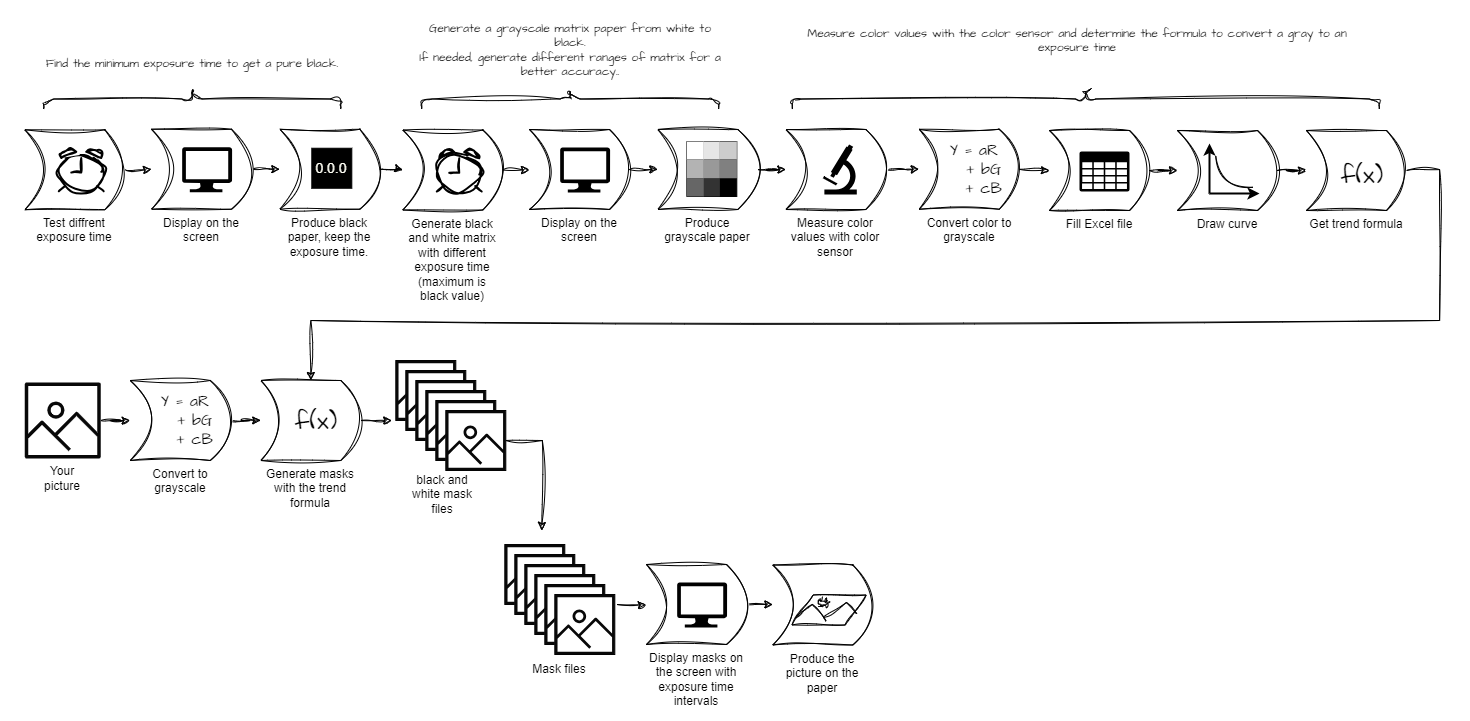
Before: img/mode graytotime synoptic.drawio.png, a diagram exported from draw.io (ovhk/DigitalFilm). Source tidied: cells renumbered, new cells last; positions are measured from the earlier drawing's top-left corner, leaving out a move shared by most shapes.
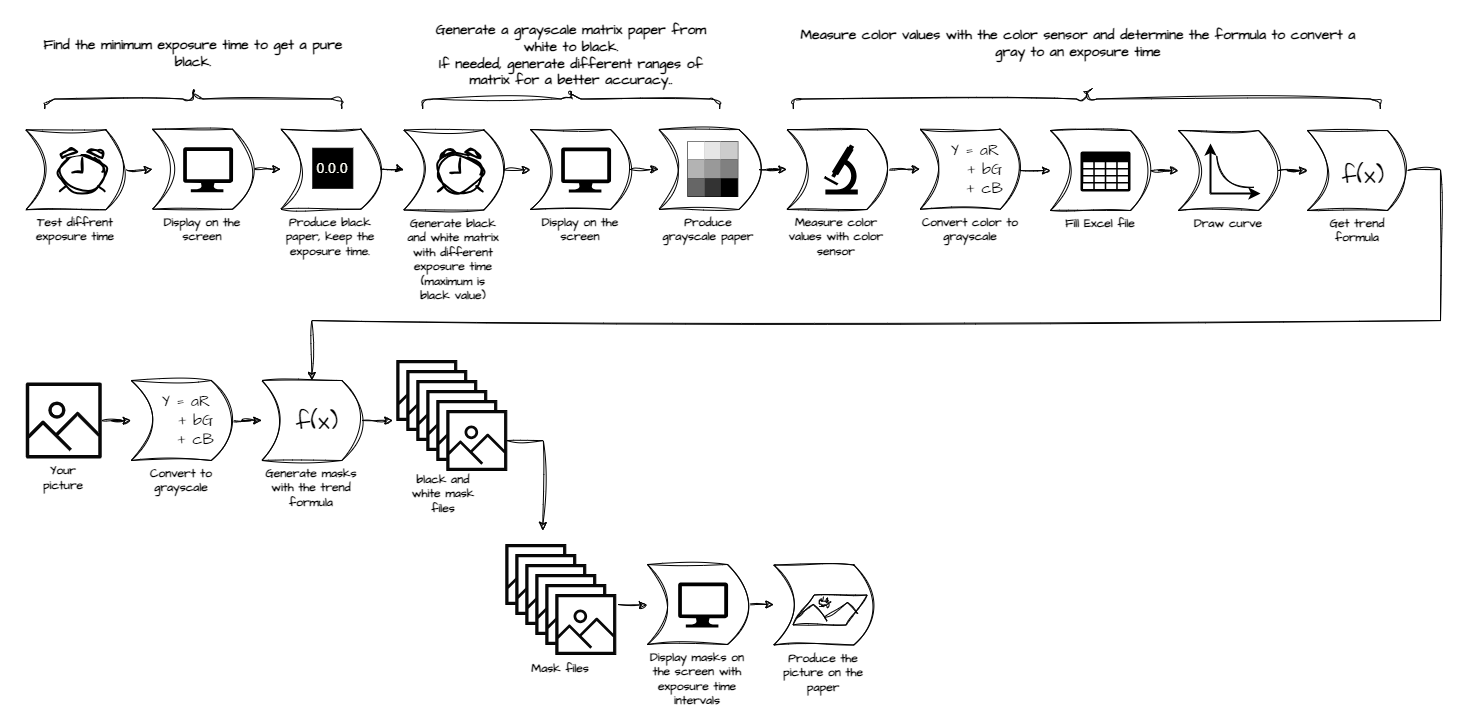
The same file after the commit.

Commit message:
test formula error

Change to the diagram source:
```diff
@@ -10,3 +10,3 @@
     </mxCell>
-    <mxCell id="4" value="Convert to grayscale" style="shape=dataStorage;whiteSpace=wrap;html=1;fixedSize=1;flipH=1;align=center;sketch=1;curveFitting=1;jiggle=2;labelPosition=center;verticalLabelPosition=bottom;verticalAlign=top;" parent="1" vertex="1">
+    <mxCell id="4" value="Convert to grayscale" style="shape=dataStorage;whiteSpace=wrap;html=1;fixedSize=1;flipH=1;align=center;sketch=1;curveFitting=1;jiggle=2;labelPosition=center;verticalLabelPosition=bottom;verticalAlign=top;fontFamily=Architects Daughter;fontSource=https%3A%2F%2Ffonts.googleapis.com%2Fcss%3Ffamily%3DArchitects%2BDaughter;fontStyle=1;" parent="1" vertex="1">
       <mxGeometry x="130.7" y="575" width="100" height="80" as="geometry" />
@@ -24,3 +24,3 @@
     </mxCell>
-    <mxCell id="8" value="Generate masks with the trend formula" style="shape=dataStorage;whiteSpace=wrap;html=1;fixedSize=1;flipH=1;sketch=1;curveFitting=1;jiggle=2;size=20;labelPosition=center;verticalLabelPosition=bottom;align=center;verticalAlign=top;" parent="1" vertex="1">
+    <mxCell id="8" value="Generate masks with the trend formula" style="shape=dataStorage;whiteSpace=wrap;html=1;fixedSize=1;flipH=1;sketch=1;curveFitting=1;jiggle=2;size=20;labelPosition=center;verticalLabelPosition=bottom;align=center;verticalAlign=top;fontFamily=Architects Daughter;fontSource=https%3A%2F%2Ffonts.googleapis.com%2Fcss%3Ffamily%3DArchitects%2BDaughter;fontStyle=1;" parent="1" vertex="1">
       <mxGeometry x="261.3" y="575" width="100" height="80" as="geometry" />
@@ -92,3 +92,3 @@
     </mxCell>
-    <mxCell id="30" value="Display masks on the screen with exposure time intervals" style="shape=dataStorage;whiteSpace=wrap;html=1;fixedSize=1;flipH=1;align=center;sketch=1;curveFitting=1;jiggle=2;labelPosition=center;verticalLabelPosition=bottom;verticalAlign=top;" parent="1" vertex="1">
+    <mxCell id="30" value="Display masks on the screen with exposure time intervals" style="shape=dataStorage;whiteSpace=wrap;html=1;fixedSize=1;flipH=1;align=center;sketch=1;curveFitting=1;jiggle=2;labelPosition=center;verticalLabelPosition=bottom;verticalAlign=top;fontFamily=Architects Daughter;fontSource=https%3A%2F%2Ffonts.googleapis.com%2Fcss%3Ffamily%3DArchitects%2BDaughter;fontStyle=1;" parent="1" vertex="1">
       <mxGeometry x="647" y="759" width="100" height="80" as="geometry" />
@@ -165,3 +165,3 @@
     </mxCell>
-    <mxCell id="53" value="Display on the screen" style="shape=dataStorage;whiteSpace=wrap;html=1;fixedSize=1;flipH=1;align=center;sketch=1;curveFitting=1;jiggle=2;labelPosition=center;verticalLabelPosition=bottom;verticalAlign=top;" parent="1" vertex="1">
+    <mxCell id="53" value="Display on the screen" style="shape=dataStorage;whiteSpace=wrap;html=1;fixedSize=1;flipH=1;align=center;sketch=1;curveFitting=1;jiggle=2;labelPosition=center;verticalLabelPosition=bottom;verticalAlign=top;fontFamily=Architects Daughter;fontSource=https%3A%2F%2Ffonts.googleapis.com%2Fcss%3Ffamily%3DArchitects%2BDaughter;fontStyle=1;" parent="1" vertex="1">
       <mxGeometry x="530" y="324" width="100" height="80" as="geometry" />
@@ -174,3 +174,3 @@
     </mxCell>
-    <mxCell id="56" value="Generate black and white matrix with different exposure time (maximum is black value)" style="shape=dataStorage;whiteSpace=wrap;html=1;fixedSize=1;flipH=1;align=center;sketch=1;curveFitting=1;jiggle=2;labelPosition=center;verticalLabelPosition=bottom;verticalAlign=top;" parent="1" vertex="1">
+    <mxCell id="56" value="Generate black and white matrix with different exposure time (maximum is black value)" style="shape=dataStorage;whiteSpace=wrap;html=1;fixedSize=1;flipH=1;align=center;sketch=1;curveFitting=1;jiggle=2;labelPosition=center;verticalLabelPosition=bottom;verticalAlign=top;fontFamily=Architects Daughter;fontSource=https%3A%2F%2Ffonts.googleapis.com%2Fcss%3Ffamily%3DArchitects%2BDaughter;fontStyle=1;" parent="1" vertex="1">
       <mxGeometry x="403.3" y="324.5" width="100" height="80" as="geometry" />
@@ -186,3 +186,3 @@
     </mxCell>
-    <mxCell id="60" value="Measure color values with color sensor" style="shape=dataStorage;whiteSpace=wrap;html=1;fixedSize=1;flipH=1;align=center;sketch=1;curveFitting=1;jiggle=2;labelPosition=center;verticalLabelPosition=bottom;verticalAlign=top;" parent="1" vertex="1">
+    <mxCell id="60" value="Measure color values with color sensor" style="shape=dataStorage;whiteSpace=wrap;html=1;fixedSize=1;flipH=1;align=center;sketch=1;curveFitting=1;jiggle=2;labelPosition=center;verticalLabelPosition=bottom;verticalAlign=top;fontFamily=Architects Daughter;fontSource=https%3A%2F%2Ffonts.googleapis.com%2Fcss%3Ffamily%3DArchitects%2BDaughter;fontStyle=1;" parent="1" vertex="1">
       <mxGeometry x="786.3" y="324" width="100" height="80" as="geometry" />
@@ -192,3 +192,3 @@
     </mxCell>
-    <mxCell id="62" value="Fill Excel file" style="shape=dataStorage;whiteSpace=wrap;html=1;fixedSize=1;flipH=1;align=center;sketch=1;curveFitting=1;jiggle=2;labelPosition=center;verticalLabelPosition=bottom;verticalAlign=top;" parent="1" vertex="1">
+    <mxCell id="62" value="Fill Excel file" style="shape=dataStorage;whiteSpace=wrap;html=1;fixedSize=1;flipH=1;align=center;sketch=1;curveFitting=1;jiggle=2;labelPosition=center;verticalLabelPosition=bottom;verticalAlign=top;fontFamily=Architects Daughter;fontSource=https%3A%2F%2Ffonts.googleapis.com%2Fcss%3Ffamily%3DArchitects%2BDaughter;fontStyle=1;" parent="1" vertex="1">
       <mxGeometry x="1050" y="325" width="100" height="80" as="geometry" />
@@ -201,3 +201,3 @@
     </mxCell>
-    <mxCell id="65" value="Draw curve" style="shape=dataStorage;whiteSpace=wrap;html=1;fixedSize=1;flipH=1;align=center;sketch=1;curveFitting=1;jiggle=2;labelPosition=center;verticalLabelPosition=bottom;verticalAlign=top;" parent="1" vertex="1">
+    <mxCell id="65" value="Draw curve" style="shape=dataStorage;whiteSpace=wrap;html=1;fixedSize=1;flipH=1;align=center;sketch=1;curveFitting=1;jiggle=2;labelPosition=center;verticalLabelPosition=bottom;verticalAlign=top;fontFamily=Architects Daughter;fontSource=https%3A%2F%2Ffonts.googleapis.com%2Fcss%3Ffamily%3DArchitects%2BDaughter;fontStyle=1;" parent="1" vertex="1">
       <mxGeometry x="1178" y="325" width="100" height="80" as="geometry" />
@@ -235,3 +235,3 @@
     </mxCell>
-    <mxCell id="71" value="Get trend formula" style="shape=dataStorage;whiteSpace=wrap;html=1;fixedSize=1;flipH=1;align=center;sketch=1;curveFitting=1;jiggle=2;labelPosition=center;verticalLabelPosition=bottom;verticalAlign=top;" parent="1" vertex="1">
+    <mxCell id="71" value="Get trend formula" style="shape=dataStorage;whiteSpace=wrap;html=1;fixedSize=1;flipH=1;align=center;sketch=1;curveFitting=1;jiggle=2;labelPosition=center;verticalLabelPosition=bottom;verticalAlign=top;fontFamily=Architects Daughter;fontSource=https%3A%2F%2Ffonts.googleapis.com%2Fcss%3Ffamily%3DArchitects%2BDaughter;fontStyle=1;" parent="1" vertex="1">
       <mxGeometry x="1307" y="325" width="100" height="80" as="geometry" />
@@ -244,3 +244,3 @@
     </mxCell>
-    <mxCell id="74" value="Produce grayscale paper" style="shape=dataStorage;whiteSpace=wrap;html=1;fixedSize=1;flipH=1;align=center;sketch=1;curveFitting=1;jiggle=2;labelPosition=center;verticalLabelPosition=bottom;verticalAlign=top;" parent="1" vertex="1">
+    <mxCell id="74" value="Produce grayscale paper" style="shape=dataStorage;whiteSpace=wrap;html=1;fixedSize=1;flipH=1;align=center;sketch=1;curveFitting=1;jiggle=2;labelPosition=center;verticalLabelPosition=bottom;verticalAlign=top;fontFamily=Architects Daughter;fontSource=https%3A%2F%2Ffonts.googleapis.com%2Fcss%3Ffamily%3DArchitects%2BDaughter;fontStyle=1;" parent="1" vertex="1">
       <mxGeometry x="658.3" y="324" width="100" height="80" as="geometry" />
@@ -289,12 +289,12 @@
     </mxCell>
-    <mxCell id="89" value="Your picture" style="text;html=1;strokeColor=none;fillColor=none;align=center;verticalAlign=middle;whiteSpace=wrap;rounded=0;" parent="1" vertex="1">
+    <mxCell id="89" value="Your picture" style="text;html=1;strokeColor=none;fillColor=none;align=center;verticalAlign=middle;whiteSpace=wrap;rounded=0;fontFamily=Architects Daughter;fontSource=https%3A%2F%2Ffonts.googleapis.com%2Fcss%3Ffamily%3DArchitects%2BDaughter;fontStyle=1;" parent="1" vertex="1">
       <mxGeometry x="33.3" y="658" width="60" height="30" as="geometry" />
     </mxCell>
-    <mxCell id="90" value="black and white mask files" style="text;html=1;strokeColor=none;fillColor=none;align=center;verticalAlign=middle;whiteSpace=wrap;rounded=0;" parent="1" vertex="1">
+    <mxCell id="90" value="black and white mask files" style="text;html=1;strokeColor=none;fillColor=none;align=center;verticalAlign=middle;whiteSpace=wrap;rounded=0;fontFamily=Architects Daughter;fontSource=https%3A%2F%2Ffonts.googleapis.com%2Fcss%3Ffamily%3DArchitects%2BDaughter;fontStyle=1;" parent="1" vertex="1">
       <mxGeometry x="403.3" y="664" width="80" height="49" as="geometry" />
     </mxCell>
-    <mxCell id="91" value="Mask files" style="text;html=1;strokeColor=none;fillColor=none;align=center;verticalAlign=middle;whiteSpace=wrap;rounded=0;" parent="1" vertex="1">
+    <mxCell id="91" value="Mask files" style="text;html=1;strokeColor=none;fillColor=none;align=center;verticalAlign=middle;whiteSpace=wrap;rounded=0;fontFamily=Architects Daughter;fontSource=https%3A%2F%2Ffonts.googleapis.com%2Fcss%3Ffamily%3DArchitects%2BDaughter;fontStyle=1;" parent="1" vertex="1">
       <mxGeometry x="530.3" y="849" width="60" height="30" as="geometry" />
     </mxCell>
-    <mxCell id="92" value="Produce the picture on the paper" style="shape=dataStorage;whiteSpace=wrap;html=1;fixedSize=1;flipH=1;sketch=1;curveFitting=1;jiggle=2;size=20;labelPosition=center;verticalLabelPosition=bottom;align=center;verticalAlign=top;" parent="1" vertex="1">
+    <mxCell id="92" value="Produce the picture on the paper" style="shape=dataStorage;whiteSpace=wrap;html=1;fixedSize=1;flipH=1;sketch=1;curveFitting=1;jiggle=2;size=20;labelPosition=center;verticalLabelPosition=bottom;align=center;verticalAlign=top;fontFamily=Architects Daughter;fontSource=https%3A%2F%2Ffonts.googleapis.com%2Fcss%3Ffamily%3DArchitects%2BDaughter;fontStyle=1;" parent="1" vertex="1">
       <mxGeometry x="773.3" y="759.5" width="100" height="80" as="geometry" />
@@ -339,3 +339,3 @@
     </mxCell>
-    <mxCell id="101" value="Display on the screen" style="shape=dataStorage;whiteSpace=wrap;html=1;fixedSize=1;flipH=1;align=center;sketch=1;curveFitting=1;jiggle=2;labelPosition=center;verticalLabelPosition=bottom;verticalAlign=top;" parent="1" vertex="1">
+    <mxCell id="101" value="Display on the screen" style="shape=dataStorage;whiteSpace=wrap;html=1;fixedSize=1;flipH=1;align=center;sketch=1;curveFitting=1;jiggle=2;labelPosition=center;verticalLabelPosition=bottom;verticalAlign=top;fontFamily=Architects Daughter;fontSource=https%3A%2F%2Ffonts.googleapis.com%2Fcss%3Ffamily%3DArchitects%2BDaughter;fontStyle=1;" parent="1" vertex="1">
       <mxGeometry x="152" y="323.8" width="100" height="80" as="geometry" />
@@ -348,3 +348,3 @@
     </mxCell>
-    <mxCell id="104" value="Test diffrent exposure time" style="shape=dataStorage;whiteSpace=wrap;html=1;fixedSize=1;flipH=1;align=center;sketch=1;curveFitting=1;jiggle=2;labelPosition=center;verticalLabelPosition=bottom;verticalAlign=top;" parent="1" vertex="1">
+    <mxCell id="104" value="Test diffrent exposure time" style="shape=dataStorage;whiteSpace=wrap;html=1;fixedSize=1;flipH=1;align=center;sketch=1;curveFitting=1;jiggle=2;labelPosition=center;verticalLabelPosition=bottom;verticalAlign=top;fontFamily=Architects Daughter;fontSource=https%3A%2F%2Ffonts.googleapis.com%2Fcss%3Ffamily%3DArchitects%2BDaughter;fontStyle=1;" parent="1" vertex="1">
       <mxGeometry x="25.3" y="324.2" width="100" height="80" as="geometry" />
@@ -357,3 +357,3 @@
     </mxCell>
-    <mxCell id="107" value="Produce black paper, keep the exposure time." style="shape=dataStorage;whiteSpace=wrap;html=1;fixedSize=1;flipH=1;align=center;sketch=1;curveFitting=1;jiggle=2;labelPosition=center;verticalLabelPosition=bottom;verticalAlign=top;" parent="1" vertex="1">
+    <mxCell id="107" value="Produce black paper, keep the exposure time." style="shape=dataStorage;whiteSpace=wrap;html=1;fixedSize=1;flipH=1;align=center;sketch=1;curveFitting=1;jiggle=2;labelPosition=center;verticalLabelPosition=bottom;verticalAlign=top;fontFamily=Architects Daughter;fontSource=https%3A%2F%2Ffonts.googleapis.com%2Fcss%3Ffamily%3DArchitects%2BDaughter;fontStyle=1;" parent="1" vertex="1">
       <mxGeometry x="280.3" y="323.8" width="100" height="80" as="geometry" />
@@ -363,4 +363,4 @@
     </mxCell>
-    <mxCell id="109" value="&lt;span style=&quot;color: rgb(0, 0, 0); font-size: 12px; font-style: normal; font-variant-ligatures: normal; font-variant-caps: normal; font-weight: 400; letter-spacing: normal; orphans: 2; text-indent: 0px; text-transform: none; widows: 2; word-spacing: 0px; -webkit-text-stroke-width: 0px; text-decoration-thickness: initial; text-decoration-style: initial; text-decoration-color: initial; float: none; display: inline !important;&quot;&gt;Find the minimum exposure time to get a pure black.&lt;/span&gt;" style="text;whiteSpace=wrap;html=1;align=center;fontFamily=Architects Daughter;fontSource=https%3A%2F%2Ffonts.googleapis.com%2Fcss%3Ffamily%3DArchitects%2BDaughter;labelBackgroundColor=default;" parent="1" vertex="1">
-      <mxGeometry x="37.6" y="245" width="310" height="40" as="geometry" />
+    <mxCell id="109" value="&lt;span style=&quot;color: rgb(0, 0, 0); font-size: 14px; font-style: normal; font-variant-ligatures: normal; font-variant-caps: normal; letter-spacing: normal; orphans: 2; text-indent: 0px; text-transform: none; widows: 2; word-spacing: 0px; -webkit-text-stroke-width: 0px; text-decoration-thickness: initial; text-decoration-style: initial; text-decoration-color: initial; float: none; display: inline !important;&quot;&gt;Find the minimum exposure time to get a pure black.&lt;/span&gt;" style="text;whiteSpace=wrap;html=1;align=center;fontFamily=Architects Daughter;fontSource=https%3A%2F%2Ffonts.googleapis.com%2Fcss%3Ffamily%3DArchitects%2BDaughter;labelBackgroundColor=default;fontSize=14;fontStyle=1;" parent="1" vertex="1">
+      <mxGeometry x="37.6" y="225" width="310" height="60" as="geometry" />
     </mxCell>
@@ -372,6 +372,6 @@
     </mxCell>
-    <mxCell id="112" value="&lt;span style=&quot;font-size: 12px; font-style: normal; font-variant-ligatures: normal; font-variant-caps: normal; font-weight: 400; letter-spacing: normal; orphans: 2; text-indent: 0px; text-transform: none; widows: 2; word-spacing: 0px; -webkit-text-stroke-width: 0px; text-decoration-thickness: initial; text-decoration-style: initial; text-decoration-color: initial; float: none; display: inline !important;&quot;&gt;Generate a grayscale matrix paper from white to black.&lt;br&gt;If needed, generate different ranges of matrix for a better accuracy..&lt;/span&gt;" style="text;whiteSpace=wrap;html=1;align=center;fontFamily=Architects Daughter;fontSource=https%3A%2F%2Ffonts.googleapis.com%2Fcss%3Ffamily%3DArchitects%2BDaughter;fontColor=default;labelBackgroundColor=default;" parent="1" vertex="1">
+    <mxCell id="112" value="&lt;span style=&quot;font-size: 14px; font-style: normal; font-variant-ligatures: normal; font-variant-caps: normal; letter-spacing: normal; orphans: 2; text-indent: 0px; text-transform: none; widows: 2; word-spacing: 0px; -webkit-text-stroke-width: 0px; text-decoration-thickness: initial; text-decoration-style: initial; text-decoration-color: initial; float: none; display: inline !important;&quot;&gt;Generate a grayscale matrix paper from white to black.&lt;br style=&quot;font-size: 14px;&quot;&gt;If needed, generate different ranges of matrix for a better accuracy..&lt;/span&gt;" style="text;whiteSpace=wrap;html=1;align=center;fontFamily=Architects Daughter;fontSource=https%3A%2F%2Ffonts.googleapis.com%2Fcss%3Ffamily%3DArchitects%2BDaughter;fontColor=default;labelBackgroundColor=default;fontSize=14;fontStyle=1;" parent="1" vertex="1">
       <mxGeometry x="415.6" y="210" width="310" height="71" as="geometry" />
     </mxCell>
-    <mxCell id="113" value="Convert color to grayscale" style="shape=dataStorage;whiteSpace=wrap;html=1;fixedSize=1;flipH=1;align=center;sketch=1;curveFitting=1;jiggle=2;labelPosition=center;verticalLabelPosition=bottom;verticalAlign=top;" parent="1" vertex="1">
+    <mxCell id="113" value="Convert color to grayscale" style="shape=dataStorage;whiteSpace=wrap;html=1;fixedSize=1;flipH=1;align=center;sketch=1;curveFitting=1;jiggle=2;labelPosition=center;verticalLabelPosition=bottom;verticalAlign=top;fontFamily=Architects Daughter;fontSource=https%3A%2F%2Ffonts.googleapis.com%2Fcss%3Ffamily%3DArchitects%2BDaughter;fontStyle=1;" parent="1" vertex="1">
       <mxGeometry x="919.7" y="323.8" width="100" height="80" as="geometry" />
@@ -391,3 +391,3 @@
     </mxCell>
-    <mxCell id="117" value="Measure color values with the color sensor and determine the formula to convert a gray to an exposure time" style="text;whiteSpace=wrap;html=1;align=center;fontFamily=Architects Daughter;fontSource=https%3A%2F%2Ffonts.googleapis.com%2Fcss%3Ffamily%3DArchitects%2BDaughter;fontColor=default;labelBackgroundColor=default;" parent="1" vertex="1">
+    <mxCell id="117" value="Measure color values with the color sensor and determine the formula to convert a gray to an exposure time" style="text;whiteSpace=wrap;html=1;align=center;fontFamily=Architects Daughter;fontSource=https%3A%2F%2Ffonts.googleapis.com%2Fcss%3Ffamily%3DArchitects%2BDaughter;fontColor=default;labelBackgroundColor=default;fontSize=14;fontStyle=1;" parent="1" vertex="1">
       <mxGeometry x="786.3" y="215" width="583.7" height="66" as="geometry" />
```
